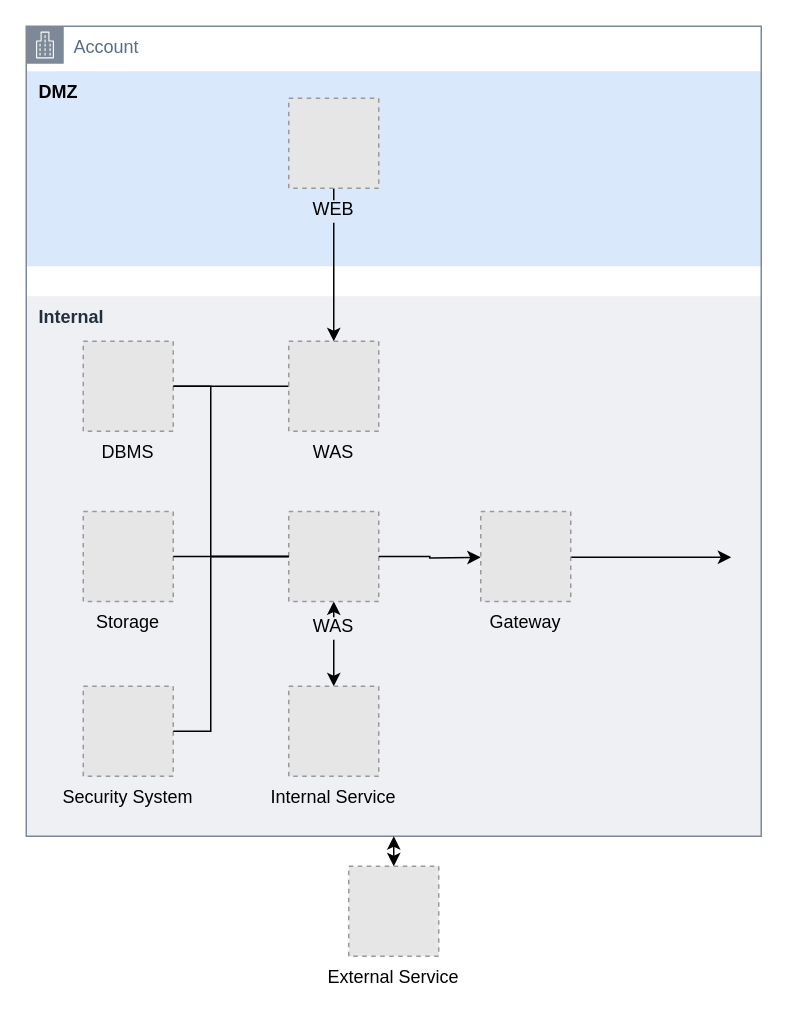
gilbertlim/drawio2pptx keeps this draw.io diagram as examples/sample.drawio. Above is the earlier version. Source tidied: cells renumbered, new cells numbered last; positions are measured from the earlier drawing's top-left corner, leaving out a move shared by most shapes. Both pictures are drawn from the tidied source at 150%, with x=0, y=0 at pixel (26, 26). Pictures stored in the file or linked from it are replaced by grey dashed boxes.
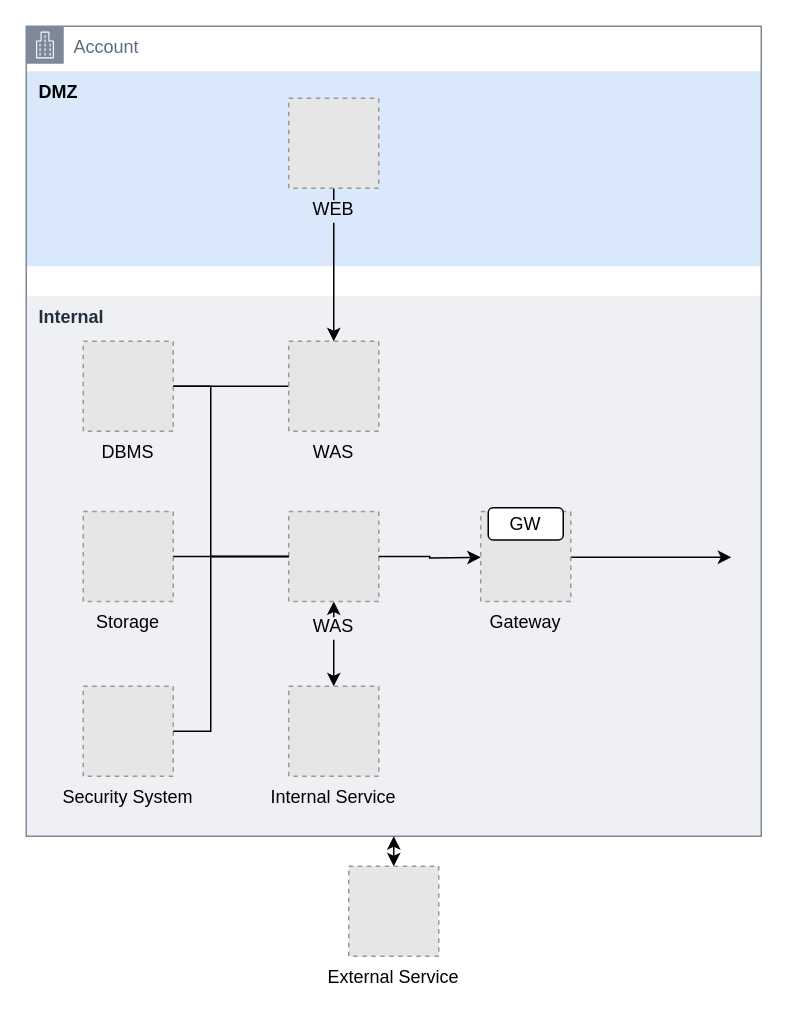
The same page after the edit.

What changed in the source:
```diff
@@
+    <mxCell id="23" value="GW" style="rounded=1;whiteSpace=wrap;html=1;" parent="1" vertex="1">
+      <mxGeometry x="308" y="321" width="50" height="21.5" as="geometry" />
+    </mxCell>
```
